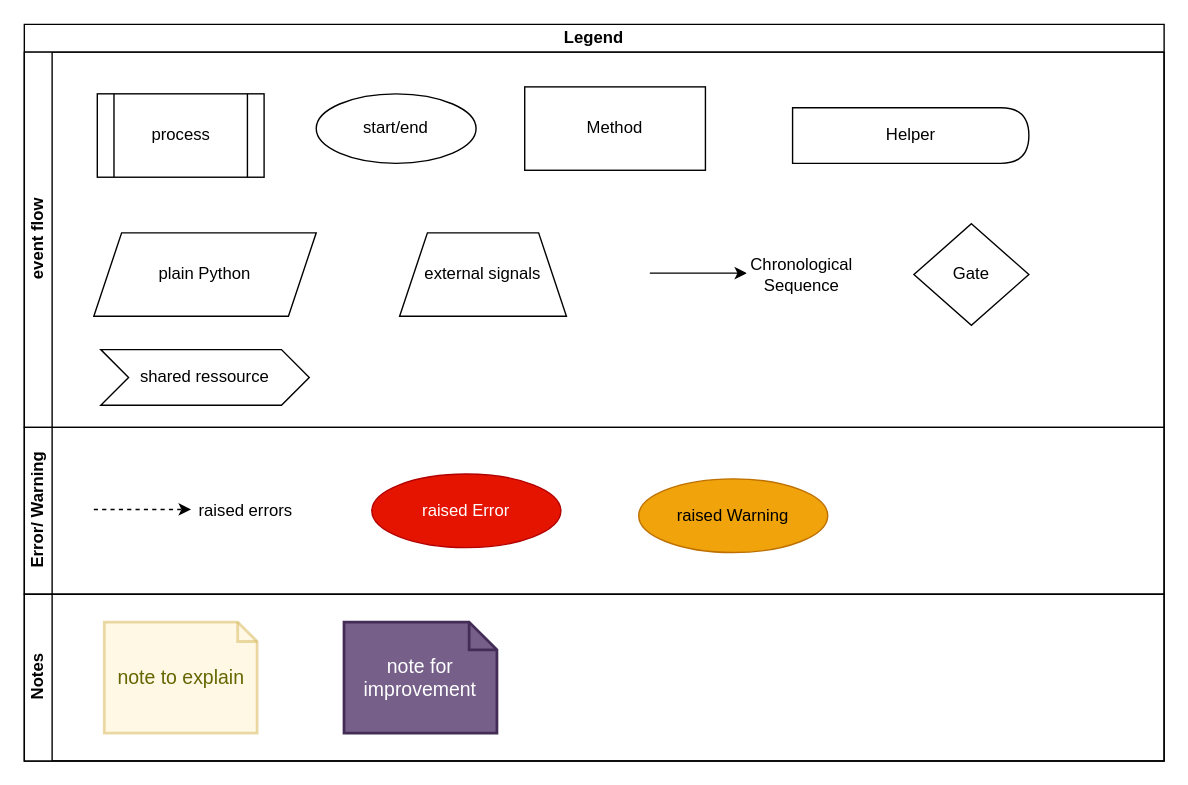
Above: doc/source/development/architecture/diagramms/legend.drawio in fkie-cad/Logprep (draw.io), before the change. Source tidied: cells renumbered, new cells numbered last; positions are measured from the earlier drawing's top-left corner, leaving out a move shared by most shapes. Both pictures are drawn from the tidied source at 139%, with x=0, y=0 at pixel (24, 24).
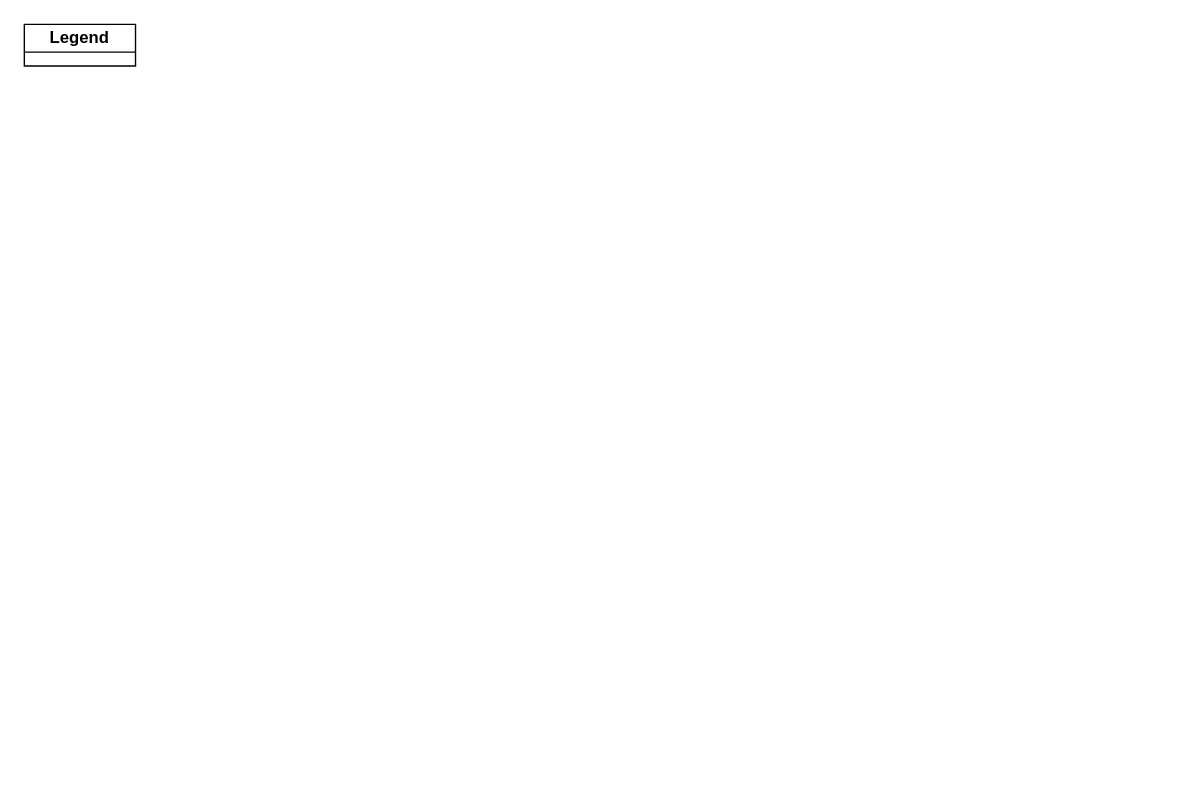
After the change.

What changed in the source:
```diff
@@
-    <mxCell id="2" value="Legend" style="swimlane;html=1;horizontal=1;startSize=20;whiteSpace=wrap;" parent="1" vertex="1">
-      <mxGeometry width="820" height="530" as="geometry" />
+    <mxCell id="2" value="Legend" style="swimlane;html=1;horizontal=1;startSize=20;whiteSpace=wrap;" parent="1" vertex="1" collapsed="1">
+      <mxGeometry width="80" height="30" as="geometry" />
     </mxCell>
-    <mxCell id="3" value="event flow" style="swimlane;html=1;startSize=20;horizontal=0;" parent="2" vertex="1">
-      <mxGeometry y="20" width="820" height="270" as="geometry" />
-    </mxCell>
-    <mxCell id="4" value="process" style="shape=process;whiteSpace=wrap;html=1;backgroundOutline=1;" parent="3" vertex="1">
-      <mxGeometry x="52.5" y="30" width="120" height="60" as="geometry" />
-    </mxCell>
-    <mxCell id="5" value="start/end" style="ellipse;whiteSpace=wrap;html=1;" parent="3" vertex="1">
-      <mxGeometry x="210" y="30" width="115" height="50" as="geometry" />
-    </mxCell>
-    <mxCell id="6" value="Method" style="whiteSpace=wrap;html=1;rounded=0;" parent="3" vertex="1">
-      <mxGeometry x="360" y="25" width="130" height="60" as="geometry" />
-    </mxCell>
-    <mxCell id="7" value="Gate" style="rhombus;whiteSpace=wrap;html=1;" parent="3" vertex="1">
-      <mxGeometry x="640" y="123.5" width="82.7" height="73" as="geometry" />
-    </mxCell>
-    <mxCell id="8" value="&lt;span style=&quot;font-family: Helvetica; font-size: 12px; font-style: normal; font-variant-ligatures: normal; font-variant-caps: normal; font-weight: 400; letter-spacing: normal; orphans: 2; text-align: center; text-indent: 0px; text-transform: none; widows: 2; word-spacing: 0px; -webkit-text-stroke-width: 0px; text-decoration-thickness: initial; text-decoration-style: initial; text-decoration-color: initial; float: none; display: inline !important;&quot;&gt;Helper&lt;/span&gt;" style="shape=delay;whiteSpace=wrap;html=1;rounded=0;" parent="3" vertex="1">
-      <mxGeometry x="552.7" y="40" width="170" height="40" as="geometry" />
-    </mxCell>
-    <mxCell id="9" value="&lt;span style=&quot;font-family: Helvetica; font-size: 12px; font-style: normal; font-variant-ligatures: normal; font-variant-caps: normal; font-weight: 400; letter-spacing: normal; orphans: 2; text-align: center; text-indent: 0px; text-transform: none; widows: 2; word-spacing: 0px; -webkit-text-stroke-width: 0px; text-decoration-thickness: initial; text-decoration-style: initial; text-decoration-color: initial; float: none; background-color: rgb(255, 255, 255); display: inline !important;&quot;&gt;&lt;font color=&quot;#000000&quot;&gt;plain Python&lt;/font&gt;&lt;/span&gt;" style="shape=parallelogram;perimeter=parallelogramPerimeter;whiteSpace=wrap;html=1;fixedSize=1;" parent="3" vertex="1">
-      <mxGeometry x="50" y="130" width="160" height="60" as="geometry" />
-    </mxCell>
-    <mxCell id="10" value="external signals" style="shape=trapezoid;perimeter=trapezoidPerimeter;whiteSpace=wrap;html=1;fixedSize=1;" parent="3" vertex="1">
-      <mxGeometry x="270" y="130" width="120" height="60" as="geometry" />
-    </mxCell>
-    <mxCell id="11" style="edgeStyle=orthogonalEdgeStyle;rounded=0;jumpStyle=arc;orthogonalLoop=1;jettySize=auto;html=1;fontFamily=Helvetica;fontSize=12;fontColor=#FFFFFF;" parent="3" edge="1">
-      <mxGeometry relative="1" as="geometry">
-        <mxPoint x="450" y="159" as="sourcePoint" />
-        <mxPoint x="520" y="159" as="targetPoint" />
-      </mxGeometry>
-    </mxCell>
-    <mxCell id="12" value="Chronological Sequence" style="text;html=1;strokeColor=none;fillColor=none;align=center;verticalAlign=middle;whiteSpace=wrap;rounded=0;labelBackgroundColor=#FFFFFF;fontFamily=Helvetica;fontSize=12;fontColor=#000000;" parent="3" vertex="1">
-      <mxGeometry x="519" y="145" width="81" height="30" as="geometry" />
-    </mxCell>
-    <mxCell id="13" value="shared ressource" style="shape=step;perimeter=stepPerimeter;whiteSpace=wrap;html=1;fixedSize=1;" parent="3" vertex="1">
-      <mxGeometry x="55" y="214" width="150" height="40" as="geometry" />
-    </mxCell>
-    <mxCell id="14" value="Error/ Warning" style="swimlane;html=1;startSize=20;horizontal=0;" parent="2" vertex="1">
-      <mxGeometry y="290" width="820" height="120" as="geometry" />
-    </mxCell>
-    <mxCell id="15" style="edgeStyle=orthogonalEdgeStyle;rounded=0;jumpStyle=arc;orthogonalLoop=1;jettySize=auto;html=1;fontFamily=Helvetica;fontSize=12;fontColor=#FFFFFF;dashed=1;" parent="14" edge="1">
-      <mxGeometry relative="1" as="geometry">
-        <mxPoint x="50" y="59" as="sourcePoint" />
-        <mxPoint x="120" y="59" as="targetPoint" />
-      </mxGeometry>
-    </mxCell>
-    <mxCell id="16" value="raised errors" style="text;html=1;strokeColor=none;fillColor=none;align=center;verticalAlign=middle;whiteSpace=wrap;rounded=0;labelBackgroundColor=#FFFFFF;fontFamily=Helvetica;fontSize=12;fontColor=#000000;" parent="14" vertex="1">
-      <mxGeometry x="119" y="45" width="81" height="30" as="geometry" />
-    </mxCell>
-    <mxCell id="17" value="raised Error" style="ellipse;whiteSpace=wrap;html=1;fillColor=#e51400;fontColor=#ffffff;strokeColor=#B20000;" parent="14" vertex="1">
-      <mxGeometry x="250" y="33.5" width="136" height="53" as="geometry" />
-    </mxCell>
-    <mxCell id="18" value="raised Warning" style="ellipse;whiteSpace=wrap;html=1;fillColor=#f0a30a;fontColor=#000000;strokeColor=#BD7000;" parent="14" vertex="1">
-      <mxGeometry x="442" y="37" width="136" height="53" as="geometry" />
-    </mxCell>
-    <mxCell id="19" value="Notes" style="swimlane;html=1;startSize=20;horizontal=0;" parent="2" vertex="1">
-      <mxGeometry y="410" width="820" height="120" as="geometry" />
-    </mxCell>
-    <mxCell id="20" value="note to explain" style="shape=note;strokeWidth=2;fontSize=14;size=14;whiteSpace=wrap;html=1;fillColor=#fff2cc;strokeColor=#d6b656;fontColor=#666600;opacity=50;" parent="19" vertex="1">
-      <mxGeometry x="57.5" y="20" width="110" height="80" as="geometry" />
-    </mxCell>
-    <mxCell id="21" value="note for improvement" style="shape=note;strokeWidth=2;fontSize=14;size=20;whiteSpace=wrap;html=1;fillColor=#76608a;strokeColor=#432D57;fontColor=#ffffff;" parent="19" vertex="1">
-      <mxGeometry x="230" y="20" width="110" height="80" as="geometry" />
-    </mxCell>
```
